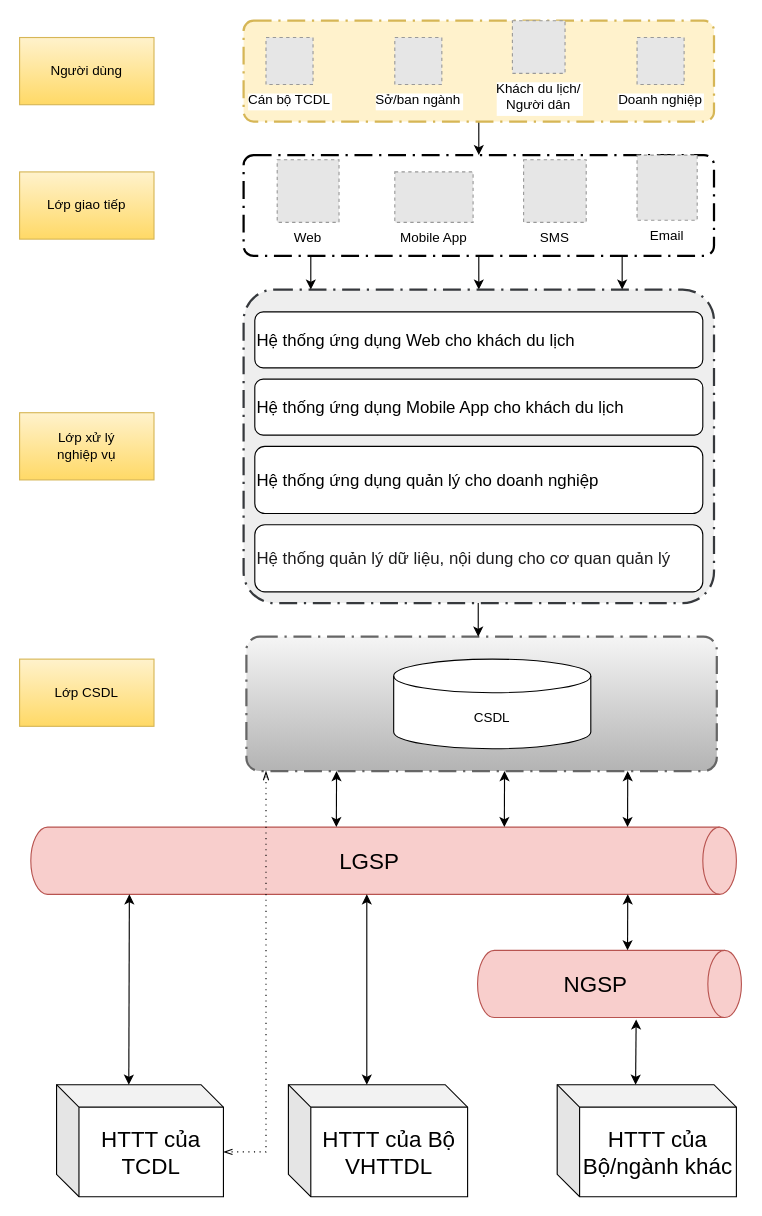
Before: page "DU_LICH_THONG_MINH" (4 of 5) of 123.drawio in letheanh12345/Draw-io, a draw.io diagram. Source tidied: cells renumbered, new cells numbered last; positions are measured from the earlier drawing's top-left corner, leaving out a move shared by most shapes. Both pictures are drawn from the tidied source at 112%, with x=0, y=0 at pixel (19, 20). Pictures stored in the file or linked from it are replaced by grey dashed boxes.
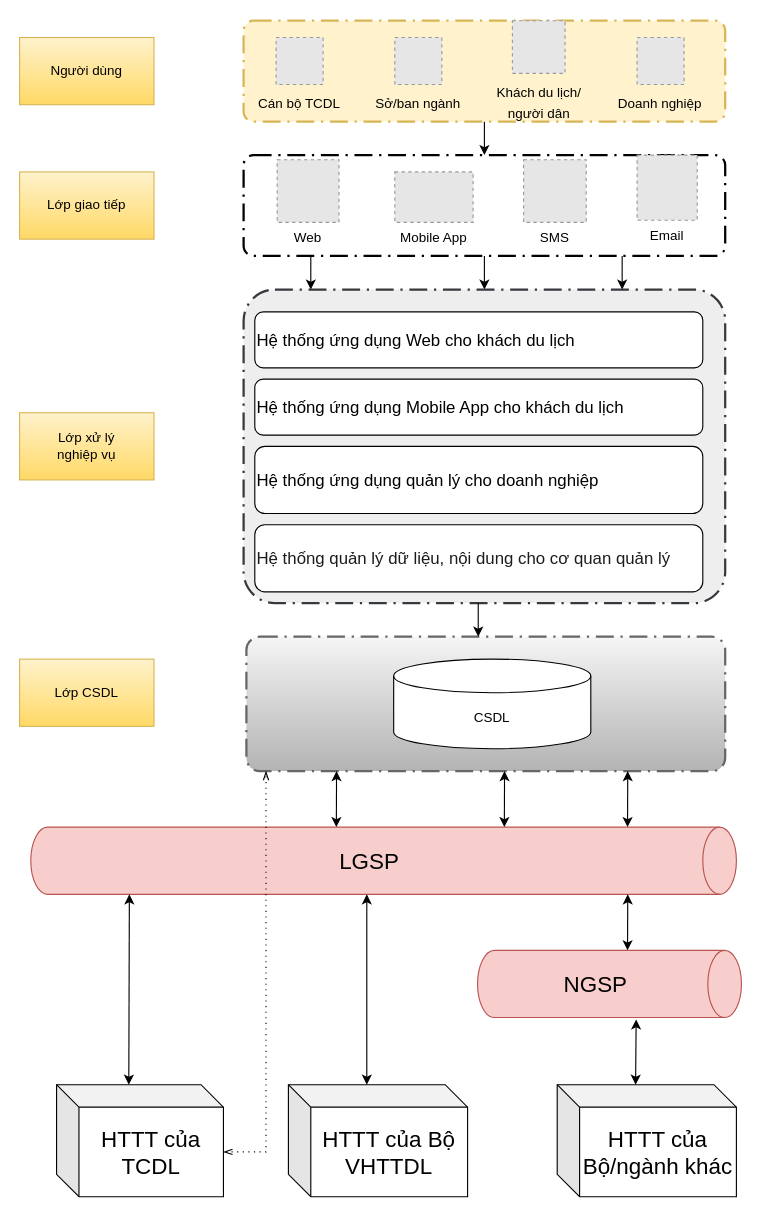
Above is the later version.

Diff of the diagram source:
```diff
@@
     <mxCell id="3" style="points=[[0.25,0,0],[0.5,0,0],[0.75,0,0],[1,0.25,0],[1,0.5,0],[1,0.75,0],[0.75,1,0],[0.5,1,0],[0.25,1,0],[0,0.75,0],[0,0.5,0],[0,0.25,0]];rounded=1;arcSize=10;dashed=1;strokeColor=#000000;fillColor=none;gradientColor=none;dashPattern=8 3 1 3;strokeWidth=2;fontStyle=1;fontSize=20;" parent="1" vertex="1">
-      <mxGeometry x="200" y="120" width="420" height="90" as="geometry" />
+      <mxGeometry x="200" y="120" width="430" height="90" as="geometry" />
     </mxCell>
@@
     <mxCell id="8" style="points=[[0.25,0,0],[0.5,0,0],[0.75,0,0],[1,0.25,0],[1,0.5,0],[1,0.75,0],[0.75,1,0],[0.5,1,0],[0.25,1,0],[0,0.75,0],[0,0.5,0],[0,0.25,0]];rounded=1;arcSize=10;dashed=1;strokeColor=#d6b656;fillColor=#fff2cc;dashPattern=8 3 1 3;strokeWidth=2;fontStyle=1;fontSize=20;" parent="1" vertex="1">
-      <mxGeometry x="200" width="420" height="90" as="geometry" />
+      <mxGeometry x="200" width="430" height="90" as="geometry" />
     </mxCell>
-    <mxCell id="9" value="Cán bộ TCDL" style="fillColor=#E6E6E6;strokeColor=#999999;dashed=1;verticalLabelPosition=bottom;labelBackgroundColor=default;verticalAlign=top;" parent="1" vertex="1">
-      <mxGeometry x="220" y="15" width="42" height="42" as="geometry" />
+    <mxCell id="9" style="fillColor=#E6E6E6;strokeColor=#999999;dashed=1;verticalLabelPosition=bottom;labelBackgroundColor=default;verticalAlign=top;" parent="1" vertex="1">
+      <mxGeometry x="229" y="15" width="42" height="42" as="geometry" />
     </mxCell>
     <mxCell id="10" style="points=[[0.25,0,0],[0.5,0,0],[0.75,0,0],[1,0.25,0],[1,0.5,0],[1,0.75,0],[0.75,1,0],[0.5,1,0],[0.25,1,0],[0,0.75,0],[0,0.5,0],[0,0.25,0]];rounded=1;arcSize=10;dashed=1;strokeColor=#36393d;fillColor=#eeeeee;dashPattern=8 3 1 3;strokeWidth=2;fontStyle=1;fontSize=20;" parent="1" vertex="1">
-      <mxGeometry x="200" y="240" width="420" height="280" as="geometry" />
+      <mxGeometry x="200" y="240" width="430" height="280" as="geometry" />
     </mxCell>
@@
     <mxCell id="12" style="rounded=1;arcSize=10;dashed=1;strokeColor=#666666;fillColor=#f5f5f5;gradientColor=#b3b3b3;dashPattern=8 3 1 3;strokeWidth=2;fontStyle=1;fontSize=20;" parent="1" vertex="1">
-      <mxGeometry x="202.5" y="550" width="420" height="120" as="geometry" />
+      <mxGeometry x="202.5" y="550" width="427.5" height="120" as="geometry" />
     </mxCell>
@@
-    <mxCell id="21" value="Doanh nghiệp" style="fillColor=#E6E6E6;strokeColor=#999999;dashed=1;verticalLabelPosition=bottom;labelBackgroundColor=default;verticalAlign=top;" parent="1" vertex="1">
+    <mxCell id="21" style="fillColor=#E6E6E6;strokeColor=#999999;dashed=1;verticalLabelPosition=bottom;labelBackgroundColor=default;verticalAlign=top;" parent="1" vertex="1">
       <mxGeometry x="551.3" y="15" width="42" height="42" as="geometry" />
     </mxCell>
-    <mxCell id="22" value="Sở/ban ngành" style="fillColor=#E6E6E6;strokeColor=#999999;dashed=1;verticalLabelPosition=bottom;labelBackgroundColor=default;verticalAlign=top;" parent="1" vertex="1">
+    <mxCell id="22" style="fillColor=#E6E6E6;strokeColor=#999999;dashed=1;verticalLabelPosition=bottom;labelBackgroundColor=default;verticalAlign=top;" parent="1" vertex="1">
       <mxGeometry x="335" y="15" width="42" height="42" as="geometry" />
     </mxCell>
@@
-    <mxCell id="24" value="Khách du lịch/&#10;Người dân" style="fillColor=#E6E6E6;strokeColor=#999999;dashed=1;verticalLabelPosition=bottom;labelBackgroundColor=default;verticalAlign=top;" parent="1" vertex="1">
+    <mxCell id="24" style="fillColor=#E6E6E6;strokeColor=#999999;dashed=1;verticalLabelPosition=bottom;labelBackgroundColor=default;verticalAlign=top;" parent="1" vertex="1">
       <mxGeometry x="440" width="47" height="47" as="geometry" />
     </mxCell>
@@
+    <mxCell id="41" value="&lt;font style=&quot;font-size: 12px;&quot;&gt;Cán bộ TCDL&lt;/font&gt;" style="text;html=1;strokeColor=none;fillColor=none;align=center;verticalAlign=middle;whiteSpace=wrap;rounded=0;fontSize=15;" parent="1" vertex="1">
+      <mxGeometry x="203.8" y="57" width="92.4" height="30" as="geometry" />
+    </mxCell>
+    <mxCell id="42" value="&lt;font style=&quot;font-size: 12px;&quot;&gt;Sở/ban ngành&lt;/font&gt;" style="text;html=1;strokeColor=none;fillColor=none;align=center;verticalAlign=middle;whiteSpace=wrap;rounded=0;fontSize=15;" parent="1" vertex="1">
+      <mxGeometry x="313" y="57" width="86" height="30" as="geometry" />
+    </mxCell>
+    <mxCell id="43" value="&lt;font style=&quot;font-size: 12px;&quot;&gt;Khách du lịch/ người dân&lt;/font&gt;" style="text;html=1;strokeColor=none;fillColor=none;align=center;verticalAlign=middle;whiteSpace=wrap;rounded=0;fontSize=15;" parent="1" vertex="1">
+      <mxGeometry x="413.5" y="57" width="100" height="30" as="geometry" />
+    </mxCell>
+    <mxCell id="44" value="&lt;font style=&quot;font-size: 12px;&quot;&gt;Doanh nghiệp&lt;/font&gt;" style="text;html=1;strokeColor=none;fillColor=none;align=center;verticalAlign=middle;whiteSpace=wrap;rounded=0;fontSize=15;" parent="1" vertex="1">
+      <mxGeometry x="527.3" y="57" width="90" height="30" as="geometry" />
+    </mxCell>
```
